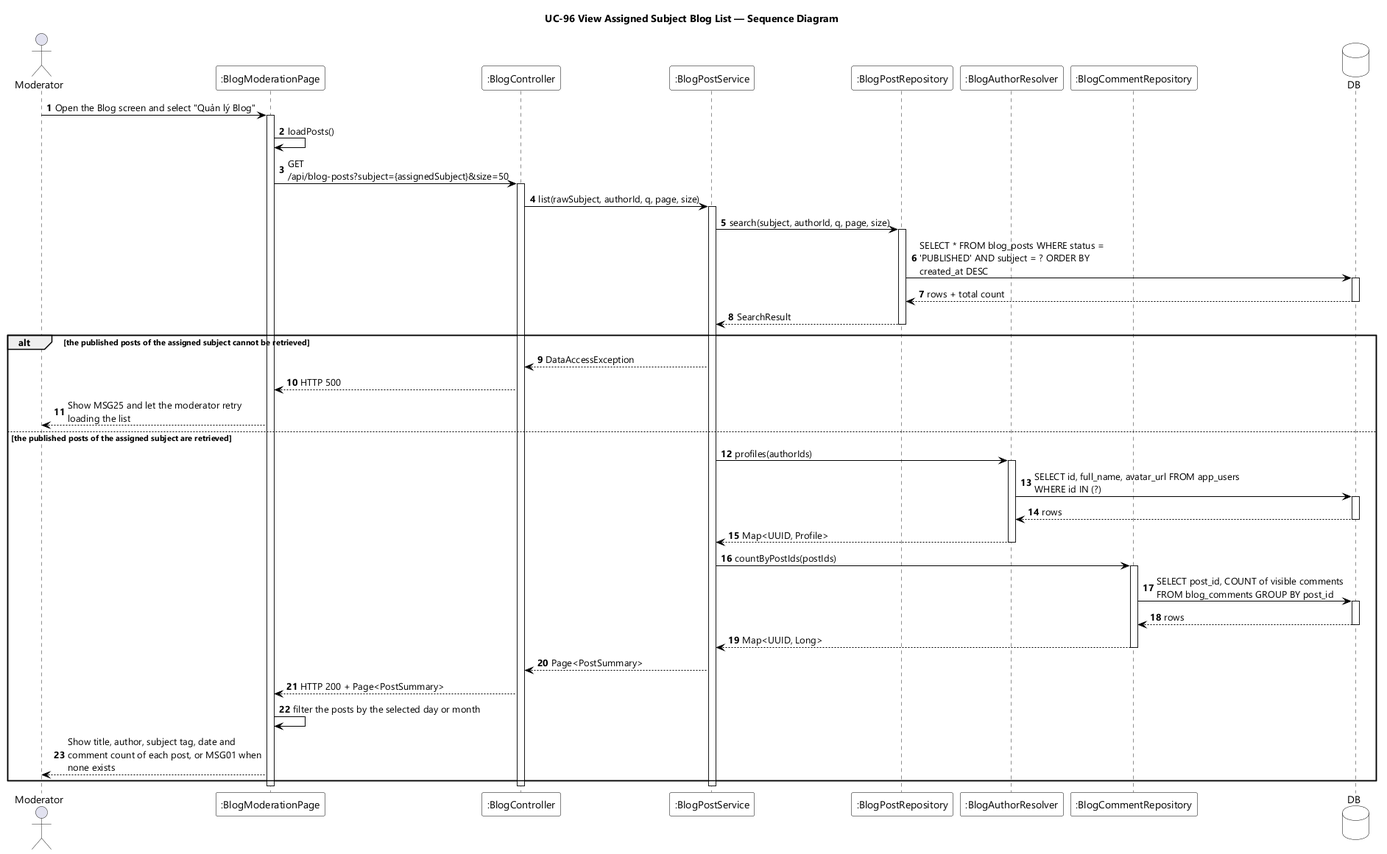
The PlantUML diagram designs/sds-diagrams/uc96/uc96-sequence-diagram.png in EduA-system/EduA-system, before a commit.
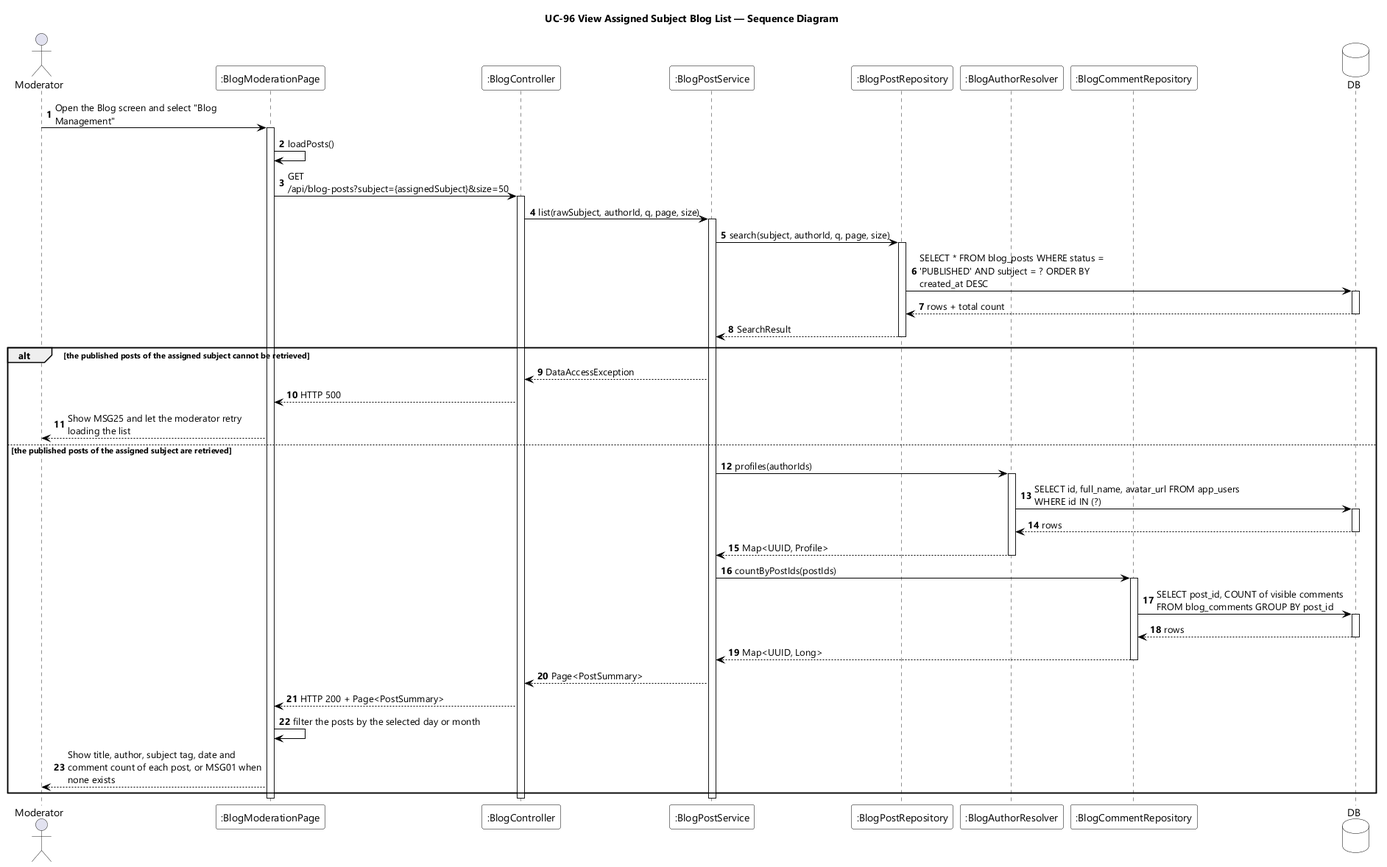
Later version of the same file.

The edit, as a diff of the source:
```diff
@@ -21,7 +21,7 @@
 database DB
 
 autonumber
-Moderator -> UI : Open the Blog screen and select "Quản lý Blog"
+Moderator -> UI : Open the Blog screen and select "Blog Management"
 activate UI
 UI -> UI : loadPosts()
 UI -> CTL : GET /api/blog-posts?subject={assignedSubject}&size=50
```
